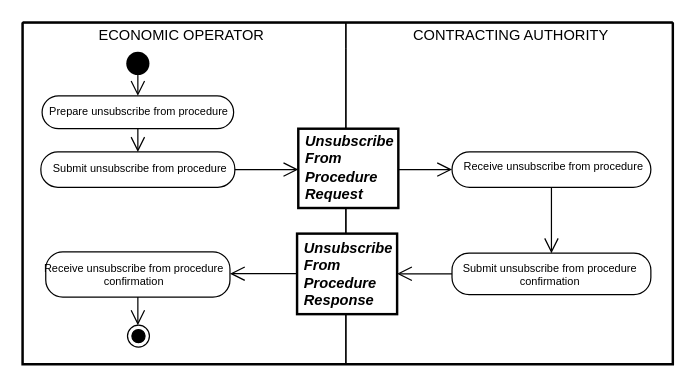
This is diagrams/UBL-2.2-Tender-UnsubscribeFromProcedure/UBL-2.2-Tender-UnsubscribeFromProcedure.drawio from kduvekot/ubl-work-on-svg-images, a draw.io file, before an edit. Source tidied: cells renumbered, new cells numbered last; positions are measured from the earlier drawing's top-left corner, leaving out a move shared by most shapes. Both pictures are drawn from the tidied source at 122%, with x=0, y=0 at pixel (22, 22).
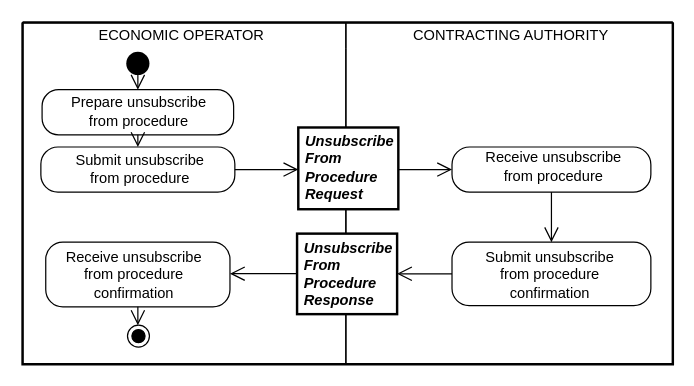
The same page after the edit.

The change refers to these unchanged cells:
```xml
<mxCell id="2" style="swimlane;html=1;startSize=0;whiteSpace=wrap;fillColor=none;strokeWidth=2;" parent="1" vertex="1">
  <mxGeometry width="533" height="280" as="geometry" />
</mxCell>
```

Change to the diagram source:
```diff
@@
-    <mxCell id="3" value="ECONOMIC OPERATOR" style="swimlane;horizontal=1;startSize=21;swimlaneLine=0;html=1;fillColor=none;fontSize=12;fontStyle=0;spacing=0;spacingRight=5;" parent="2" vertex="1">
+    <mxCell id="3" value="ECONOMIC OPERATOR" style="swimlane;horizontal=1;startSize=21;swimlaneLine=0;html=1;fillColor=none;fontStyle=0;spacing=0;spacingRight=5;" parent="2" vertex="1">
       <mxGeometry width="265" height="280" as="geometry" />
     </mxCell>
-    <mxCell id="4" value="CONTRACTING AUTHORITY" style="swimlane;horizontal=1;startSize=21;swimlaneLine=0;html=1;fillColor=none;fontSize=12;fontStyle=0;spacing=0;spacingLeft=2;" parent="2" vertex="1">
+    <mxCell id="4" value="CONTRACTING AUTHORITY" style="swimlane;horizontal=1;startSize=21;swimlaneLine=0;html=1;fillColor=none;fontStyle=0;spacing=0;spacingLeft=2;" parent="2" vertex="1">
       <mxGeometry x="265" width="268" height="280" as="geometry" />
     </mxCell>
@@
-    <mxCell id="6" value="Prepare unsubscribe from procedure" style="rounded=1;absoluteArcSize=1;arcSize=27;html=1;whiteSpace=nowrap;fontSize=9;fontStyle=0;align=center;verticalAlign=middle;spacing=0;spacingBottom=1;" parent="3" vertex="1">
-      <mxGeometry x="16" y="60" width="157" height="27" as="geometry" />
+    <mxCell id="6" value="Prepare unsubscribe&lt;br&gt;from procedure" style="rounded=1;absoluteArcSize=1;arcSize=27;html=1;whiteSpace=nowrap;fontStyle=0;align=center;verticalAlign=middle;spacing=0;spacingBottom=1;" parent="3" vertex="1">
+      <mxGeometry x="16" y="55" width="157" height="37" as="geometry" />
     </mxCell>
-    <mxCell id="7" value="Unsubscribe&lt;br&gt;From&lt;br&gt;Procedure&lt;br&gt;Request" style="rounded=0;html=1;whiteSpace=nowrap;fontSize=12;fontStyle=3;align=left;verticalAlign=middle;spacing=0;spacingLeft=6;spacingBottom=1;strokeWidth=2;" parent="4" vertex="1">
-      <mxGeometry x="-39" y="87" width="82" height="65" as="geometry" />
+    <mxCell id="7" value="Unsubscribe&lt;br&gt;From&lt;br&gt;Procedure&lt;br&gt;Request" style="rounded=0;html=1;whiteSpace=nowrap;fontStyle=3;align=left;verticalAlign=middle;spacing=0;spacingLeft=6;spacingBottom=1;strokeWidth=2;" parent="4" vertex="1">
+      <mxGeometry x="-39" y="86" width="82" height="67" as="geometry" />
     </mxCell>
-    <mxCell id="8" value="Submit unsubscribe from procedure" style="rounded=1;absoluteArcSize=1;arcSize=28;html=1;whiteSpace=nowrap;fontSize=9;fontStyle=0;align=center;verticalAlign=middle;spacing=0;spacingLeft=2;spacingBottom=1;" parent="3" vertex="1">
-      <mxGeometry x="15" y="106" width="159" height="29" as="geometry" />
+    <mxCell id="8" value="Submit unsubscribe&lt;br&gt;from procedure" style="rounded=1;absoluteArcSize=1;arcSize=28;html=1;whiteSpace=nowrap;fontStyle=0;align=center;verticalAlign=middle;spacing=0;spacingLeft=2;spacingBottom=1;" parent="3" vertex="1">
+      <mxGeometry x="15" y="102" width="159" height="37" as="geometry" />
     </mxCell>
-    <mxCell id="9" value="Receive unsubscribe from procedure" style="rounded=1;absoluteArcSize=1;arcSize=29;html=1;whiteSpace=nowrap;fontSize=9;fontStyle=0;align=center;verticalAlign=middle;spacing=0;spacingLeft=2;spacingBottom=5;" parent="4" vertex="1">
-      <mxGeometry x="87" y="106" width="163" height="29" as="geometry" />
+    <mxCell id="9" value="Receive unsubscribe&lt;br&gt;from procedure" style="rounded=1;absoluteArcSize=1;arcSize=29;html=1;whiteSpace=nowrap;fontStyle=0;align=center;verticalAlign=middle;spacing=0;spacingLeft=2;spacingBottom=5;" parent="4" vertex="1">
+      <mxGeometry x="87" y="102" width="163" height="37" as="geometry" />
     </mxCell>
-    <mxCell id="10" value="Unsubscribe&lt;br&gt;From&lt;br&gt;Procedure&lt;br&gt;Response" style="rounded=0;html=1;whiteSpace=nowrap;fontSize=12;fontStyle=3;align=left;verticalAlign=middle;spacing=0;spacingLeft=6;spacingBottom=1;strokeWidth=2;" parent="4" vertex="1">
+    <mxCell id="10" value="Unsubscribe&lt;br&gt;From&lt;br&gt;Procedure&lt;br&gt;Response" style="rounded=0;html=1;whiteSpace=nowrap;fontStyle=3;align=left;verticalAlign=middle;spacing=0;spacingLeft=6;spacingBottom=1;strokeWidth=2;" parent="4" vertex="1">
       <mxGeometry x="-40" y="173" width="82" height="66" as="geometry" />
     </mxCell>
-    <mxCell id="11" value="Receive unsubscribe from procedure&lt;br&gt;confirmation" style="rounded=1;absoluteArcSize=1;arcSize=28;html=1;whiteSpace=nowrap;fontSize=9;fontStyle=0;align=center;verticalAlign=middle;spacing=0;spacingRight=8;spacingTop=1;" parent="3" vertex="1">
-      <mxGeometry x="19" y="188" width="151" height="37" as="geometry" />
+    <mxCell id="11" value="Receive unsubscribe&lt;br&gt;from procedure&lt;br&gt;confirmation" style="rounded=1;absoluteArcSize=1;arcSize=28;html=1;whiteSpace=nowrap;fontStyle=0;align=center;verticalAlign=middle;spacing=0;spacingRight=8;spacingTop=1;" parent="3" vertex="1">
+      <mxGeometry x="19" y="180" width="151" height="53" as="geometry" />
     </mxCell>
-    <mxCell id="12" value="Submit unsubscribe from procedure&lt;br&gt;confirmation" style="rounded=1;absoluteArcSize=1;arcSize=28;html=1;whiteSpace=nowrap;fontSize=9;fontStyle=0;align=center;verticalAlign=middle;spacing=0;spacingRight=3;spacingTop=2;" parent="4" vertex="1">
-      <mxGeometry x="87" y="189" width="163" height="34" as="geometry" />
+    <mxCell id="12" value="Submit unsubscribe&lt;br&gt;from procedure&lt;br&gt;confirmation" style="rounded=1;absoluteArcSize=1;arcSize=28;html=1;whiteSpace=nowrap;fontStyle=0;align=center;verticalAlign=middle;spacing=0;spacingRight=3;spacingTop=2;" parent="4" vertex="1">
+      <mxGeometry x="87" y="180" width="163" height="52" as="geometry" />
     </mxCell>
@@
-    <mxCell id="16" style="edgeStyle=none;rounded=0;html=1;endArrow=open;endFill=0;endSize=10;exitX=1;exitY=0.5;exitPerimeter=0;entryPerimeter=0;entryX=0;entryY=0.515385;" parent="2" edge="1" source="8" target="7">
+    <mxCell id="16" style="edgeStyle=none;rounded=0;html=1;endArrow=open;endFill=0;endSize=10;exitX=1;exitY=0.5;exitPerimeter=0;entryPerimeter=0;entryX=0;entryY=0.514926;" parent="2" edge="1" source="8" target="7">
       <mxGeometry relative="1" as="geometry" />
     </mxCell>
-    <mxCell id="17" style="edgeStyle=none;rounded=0;html=1;endArrow=open;endFill=0;endSize=10;exitPerimeter=0;entryX=0;entryY=0.5;entryPerimeter=0;exitX=1;exitY=0.515385;" parent="4" edge="1" source="7" target="9">
+    <mxCell id="17" style="edgeStyle=none;rounded=0;html=1;endArrow=open;endFill=0;endSize=10;exitPerimeter=0;entryX=0;entryY=0.5;entryPerimeter=0;exitX=1;exitY=0.514926;" parent="4" edge="1" source="7" target="9">
       <mxGeometry relative="1" as="geometry" />
     </mxCell>
@@
-    <mxCell id="19" style="edgeStyle=none;rounded=0;html=1;endArrow=open;endFill=0;endSize=10;exitPerimeter=0;entryX=1;entryY=0.4808;entryPerimeter=0;exitX=0;exitY=0.496812;" parent="2" edge="1" source="10" target="11">
+    <mxCell id="19" style="edgeStyle=none;rounded=0;html=1;endArrow=open;endFill=0;endSize=10;exitPerimeter=0;entryX=1;entryY=0.486596;entryPerimeter=0;exitX=0;exitY=0.496812;" parent="2" edge="1" source="10" target="11">
       <mxGeometry relative="1" as="geometry" />
     </mxCell>
-    <mxCell id="20" style="edgeStyle=none;rounded=0;html=1;endArrow=open;endFill=0;endSize=10;exitPerimeter=0;entryX=1;entryY=0.4985;entryPerimeter=0;exitX=0;exitY=0.497088;" parent="4" edge="1" source="12" target="10">
+    <mxCell id="20" style="edgeStyle=none;rounded=0;html=1;endArrow=open;endFill=0;endSize=10;exitPerimeter=0;entryX=1;entryY=0.4985;entryPerimeter=0;exitX=0;exitY=0.498096;" parent="4" edge="1" source="12" target="10">
       <mxGeometry relative="1" as="geometry" />
     </mxCell>
```
